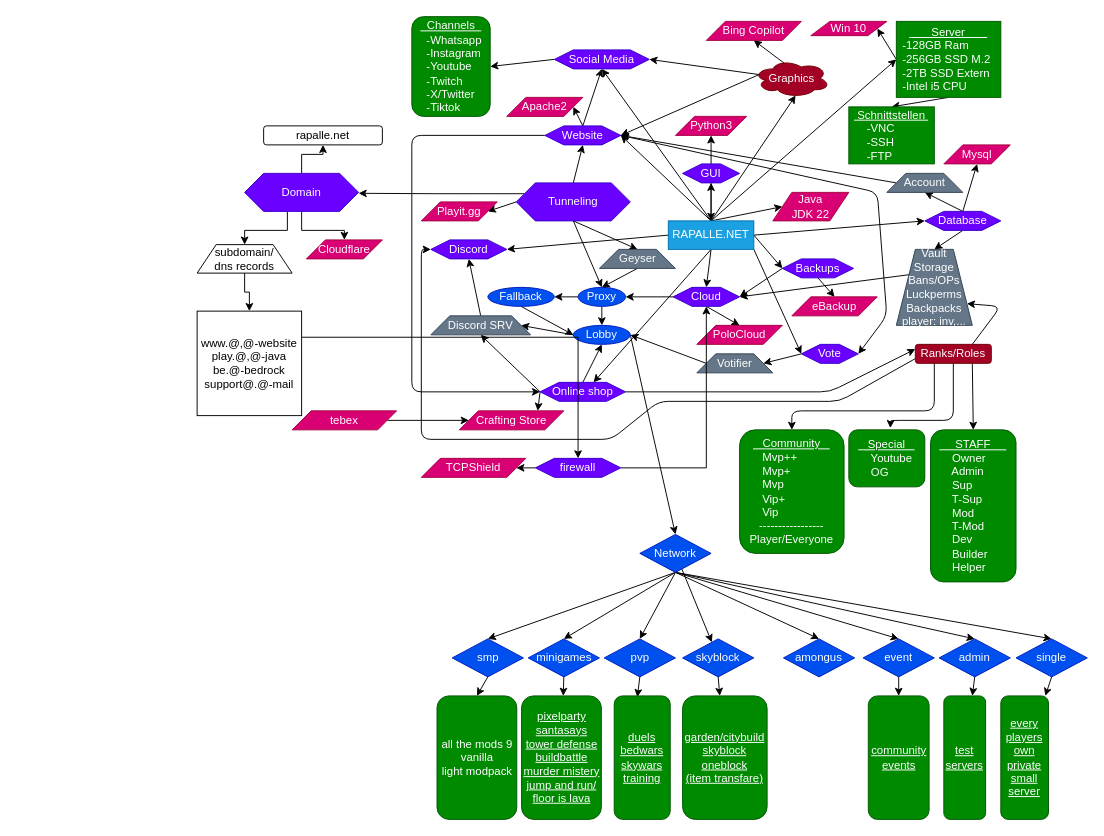
The draw.io diagram logs/Structure.drawio in RAPALLE2/Rapalle.net, before the edit. Source tidied: cells renumbered, new cells numbered last; positions are measured from the earlier drawing's top-left corner, leaving out a move shared by most shapes. Both pictures are drawn from the tidied source at 95%, with x=0, y=0 at pixel (197, 16).
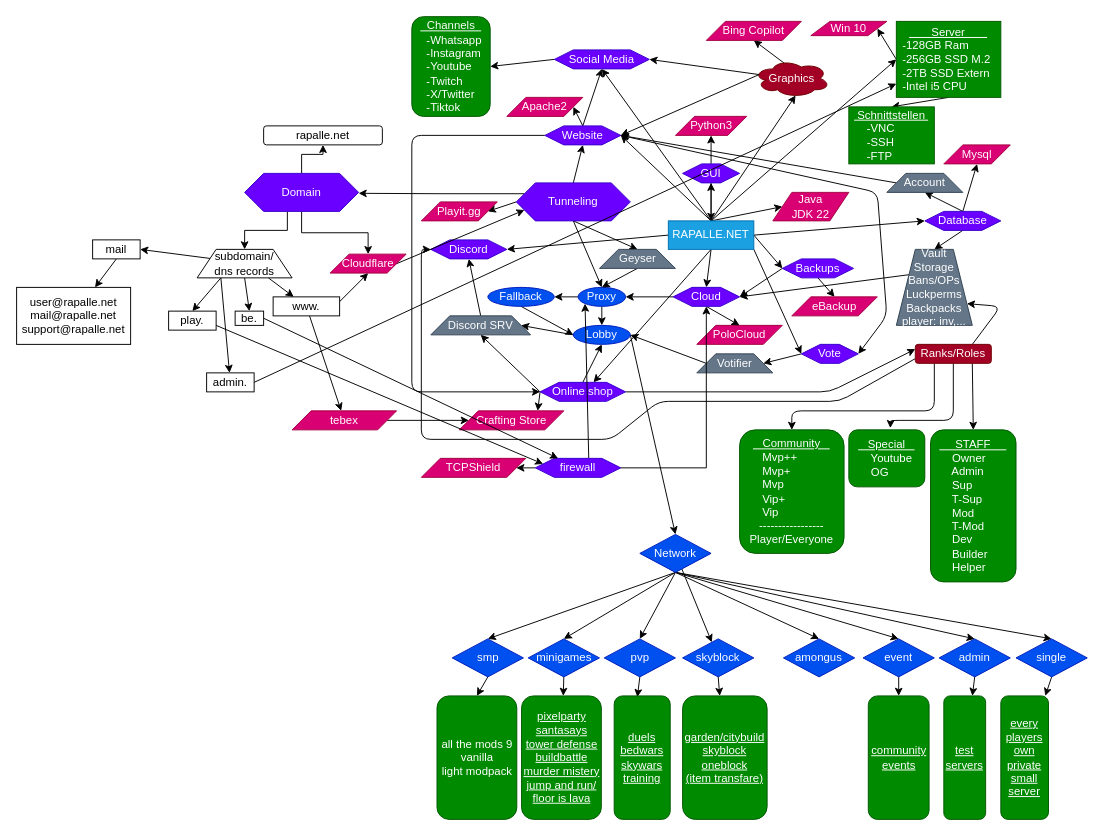
The same page after the edit.

The change refers to these unchanged cells:
```xml
<mxCell id="37" value="Tunneling" style="shape=hexagon;perimeter=hexagonPerimeter2;whiteSpace=wrap;html=1;fixedSize=1;fillColor=#6a00ff;fontColor=#ffffff;strokeColor=#3700CC;" parent="1" vertex="1">
  <mxGeometry x="336" y="175" width="120" height="40" as="geometry" />
</mxCell>
<mxCell id="42" value="&lt;u&gt;&amp;nbsp; &amp;nbsp; &amp;nbsp; &amp;nbsp;Server&amp;nbsp; &amp;nbsp; &amp;nbsp; &amp;nbsp;&lt;/u&gt;&lt;br&gt;&lt;div style=&quot;text-align: left;&quot;&gt;&lt;span style=&quot;background-color: initial;&quot;&gt;-128GB Ram&amp;nbsp; &amp;nbsp; &amp;nbsp; &amp;nbsp;&amp;nbsp;&lt;/span&gt;&lt;/div&gt;&lt;div style=&quot;text-align: left;&quot;&gt;&lt;span style=&quot;background-color: initial;&quot;&gt;-256GB SSD M.2&amp;nbsp;&lt;/span&gt;&lt;/div&gt;&lt;div style=&quot;text-align: left;&quot;&gt;&lt;span style=&quot;background-color: initial;&quot;&gt;-2TB SSD Extern&amp;nbsp;&lt;/span&gt;&lt;/div&gt;&lt;div style=&quot;text-align: left;&quot;&gt;&lt;span style=&quot;background-color: initial;&quot;&gt;-Intel i5 CPU&lt;/span&gt;&lt;/div&gt;" style="rounded=0;whiteSpace=wrap;html=1;fillColor=#008a00;fontColor=#ffffff;strokeColor=#005700;" parent="1" vertex="1">
  <mxGeometry x="736" y="5" width="110" height="80" as="geometry" />
</mxCell>
<mxCell id="52" value="Proxy" style="ellipse;whiteSpace=wrap;html=1;fillColor=#0050ef;fontColor=#ffffff;strokeColor=#001DBC;" parent="1" vertex="1">
  <mxGeometry x="401" y="285" width="50" height="20" as="geometry" />
</mxCell>
<mxCell id="107" value="firewall" style="shape=hexagon;perimeter=hexagonPerimeter2;whiteSpace=wrap;html=1;fixedSize=1;fillColor=#6a00ff;fontColor=#ffffff;strokeColor=#3700CC;" parent="1" vertex="1">
  <mxGeometry x="356" y="465" width="90" height="20" as="geometry" />
</mxCell>
<mxCell id="131" value="tebex" style="shape=parallelogram;perimeter=parallelogramPerimeter;whiteSpace=wrap;html=1;fixedSize=1;fillColor=#d80073;fontColor=#ffffff;strokeColor=#A50040;" parent="1" vertex="1">
  <mxGeometry x="100" y="415" width="110" height="20" as="geometry" />
</mxCell>
```

The edit, as a diff of the source:
```diff
@@
+    <mxCell id="142" style="edgeStyle=none;html=1;exitX=0.625;exitY=0;exitDx=0;exitDy=0;entryX=0;entryY=1;entryDx=0;entryDy=0;" parent="1" edge="1" source="107" target="52">
+      <mxGeometry relative="1" as="geometry" />
+    </mxCell>
@@
+    <mxCell id="143" style="edgeStyle=none;html=1;exitX=1;exitY=0.5;exitDx=0;exitDy=0;entryX=0;entryY=0.75;entryDx=0;entryDy=0;" parent="1" edge="1" source="136" target="37">
+      <mxGeometry relative="1" as="geometry" />
+    </mxCell>
     <mxCell id="136" value="Cloudflare" style="shape=parallelogram;perimeter=parallelogramPerimeter;whiteSpace=wrap;html=1;fixedSize=1;fillColor=#d80073;fontColor=#ffffff;strokeColor=#A50040;" parent="1" vertex="1">
-      <mxGeometry x="115" y="235" width="80" height="20" as="geometry" />
+      <mxGeometry x="140" y="250" width="80" height="20" as="geometry" />
     </mxCell>
@@
-    <mxCell id="138" style="edgeStyle=orthogonalEdgeStyle;rounded=0;jettySize=auto;html=1;exitX=0.5;exitY=1;exitDx=0;exitDy=0;" parent="1" edge="1" source="139" target="141">
-      <mxGeometry relative="1" as="geometry" />
-    </mxCell>
+    <mxCell id="144" style="edgeStyle=none;html=1;exitX=0.25;exitY=1;exitDx=0;exitDy=0;entryX=0.5;entryY=0;entryDx=0;entryDy=0;" parent="1" edge="1" source="139" target="153">
+      <mxGeometry relative="1" as="geometry" />
+    </mxCell>
+    <mxCell id="145" style="edgeStyle=none;html=1;exitX=0.5;exitY=1;exitDx=0;exitDy=0;entryX=0.5;entryY=0;entryDx=0;entryDy=0;" parent="1" edge="1" source="139" target="155">
+      <mxGeometry relative="1" as="geometry" />
+    </mxCell>
+    <mxCell id="146" style="edgeStyle=none;html=1;exitX=0.75;exitY=1;exitDx=0;exitDy=0;" parent="1" edge="1" source="139" target="151">
+      <mxGeometry relative="1" as="geometry" />
+    </mxCell>
+    <mxCell id="147" style="edgeStyle=none;html=1;exitX=0;exitY=0.25;exitDx=0;exitDy=0;entryX=1;entryY=0.5;entryDx=0;entryDy=0;" parent="1" edge="1" source="139" target="157">
+      <mxGeometry relative="1" as="geometry" />
+    </mxCell>
+    <mxCell id="148" style="edgeStyle=none;html=1;exitX=0.25;exitY=1;exitDx=0;exitDy=0;" parent="1" edge="1" source="139" target="160">
+      <mxGeometry relative="1" as="geometry" />
+    </mxCell>
     <mxCell id="139" value="subdomain/&lt;br&gt;dns records" style="shape=trapezoid;perimeter=trapezoidPerimeter;whiteSpace=wrap;html=1;fixedSize=1;" parent="1" vertex="1">
-      <mxGeometry y="240" width="100" height="30" as="geometry" />
+      <mxGeometry y="245" width="100" height="30" as="geometry" />
     </mxCell>
-    <mxCell id="140" style="edgeStyle=orthogonalEdgeStyle;rounded=0;jettySize=auto;html=1;exitX=1;exitY=0.25;exitDx=0;exitDy=0;entryX=0.5;entryY=0;entryDx=0;entryDy=0;" parent="1" edge="1" source="141" target="107">
-      <mxGeometry relative="1" as="geometry" />
-    </mxCell>
-    <mxCell id="141" value="www.@,@-website&lt;br&gt;play.@,@-java&lt;br&gt;be.@-bedrock&lt;br&gt;support@.@-mail" style="whiteSpace=wrap;html=1;" parent="1" vertex="1">
-      <mxGeometry y="310" width="110" height="110" as="geometry" />
-    </mxCell>
+    <mxCell id="149" style="edgeStyle=none;html=1;exitX=1;exitY=0.25;exitDx=0;exitDy=0;entryX=0.5;entryY=1;entryDx=0;entryDy=0;" parent="1" edge="1" source="151" target="136">
+      <mxGeometry relative="1" as="geometry" />
+    </mxCell>
+    <mxCell id="150" style="edgeStyle=none;html=1;" parent="1" edge="1" source="151" target="131">
+      <mxGeometry relative="1" as="geometry" />
+    </mxCell>
+    <mxCell id="151" value="www." style="rounded=0;whiteSpace=wrap;html=1;" parent="1" vertex="1">
+      <mxGeometry x="80" y="295" width="70" height="20" as="geometry" />
+    </mxCell>
+    <mxCell id="152" style="edgeStyle=none;html=1;exitX=1;exitY=0.75;exitDx=0;exitDy=0;entryX=0;entryY=0.25;entryDx=0;entryDy=0;" parent="1" edge="1" source="153" target="107">
+      <mxGeometry relative="1" as="geometry" />
+    </mxCell>
+    <mxCell id="153" value="play." style="rounded=0;whiteSpace=wrap;html=1;" parent="1" vertex="1">
+      <mxGeometry x="-30" y="310" width="50" height="20" as="geometry" />
+    </mxCell>
+    <mxCell id="154" style="edgeStyle=none;html=1;exitX=1;exitY=0.5;exitDx=0;exitDy=0;" parent="1" edge="1" source="155" target="107">
+      <mxGeometry relative="1" as="geometry" />
+    </mxCell>
+    <mxCell id="155" value="be." style="rounded=0;whiteSpace=wrap;html=1;" parent="1" vertex="1">
+      <mxGeometry x="40" y="310" width="30" height="15" as="geometry" />
+    </mxCell>
+    <mxCell id="156" style="edgeStyle=none;html=1;exitX=0.5;exitY=1;exitDx=0;exitDy=0;" parent="1" edge="1" source="157" target="158">
+      <mxGeometry relative="1" as="geometry" />
+    </mxCell>
+    <mxCell id="157" value="mail" style="rounded=0;whiteSpace=wrap;html=1;" parent="1" vertex="1">
+      <mxGeometry x="-110" y="235" width="50" height="20" as="geometry" />
+    </mxCell>
+    <mxCell id="158" value="user@rapalle.net&lt;div&gt;mail@rapalle.net&lt;/div&gt;&lt;div&gt;support@rapalle.net&lt;/div&gt;" style="rounded=0;whiteSpace=wrap;html=1;" parent="1" vertex="1">
+      <mxGeometry x="-190" y="285" width="120" height="60" as="geometry" />
+    </mxCell>
+    <mxCell id="159" style="edgeStyle=none;html=1;exitX=1;exitY=0.5;exitDx=0;exitDy=0;" parent="1" edge="1" source="160" target="42">
+      <mxGeometry relative="1" as="geometry" />
+    </mxCell>
+    <mxCell id="160" value="admin." style="rounded=0;whiteSpace=wrap;html=1;" parent="1" vertex="1">
+      <mxGeometry x="10" y="375" width="50" height="20" as="geometry" />
+    </mxCell>
```
